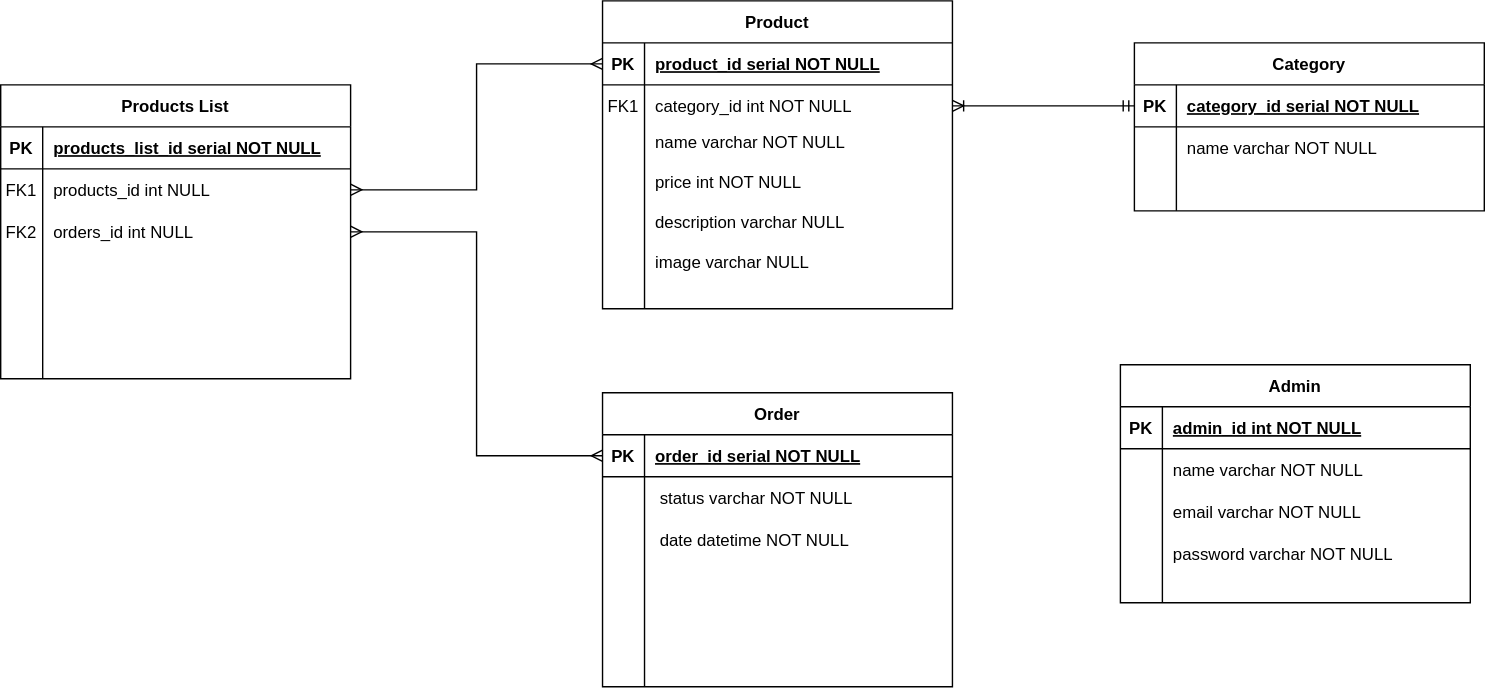
brunocamposal/kitchin-kanri keeps this draw.io diagram as kitchin.svg. Above is the earlier version. Source tidied: cells renumbered, new cells last; positions are measured from the earlier drawing's top-left corner, leaving out a move shared by most shapes.
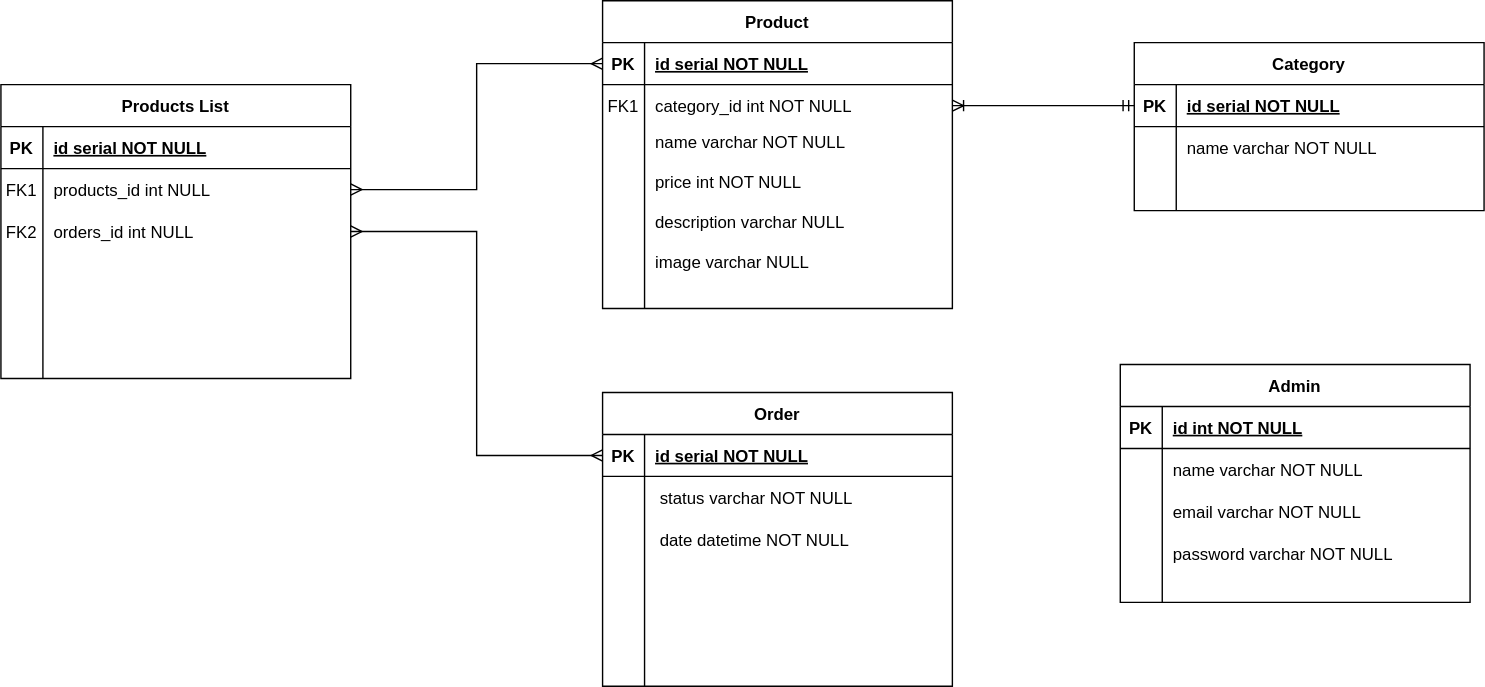
After the commit.

Commit message:
feature/develop: update kitchin.svg

The edit, as a diff of the source:
```diff
@@ -17,7 +17,7 @@
     <mxCell id="6" value="PK" style="shape=partialRectangle;overflow=hidden;fillColor=none;top=0;left=0;bottom=0;right=0;fontStyle=1;" parent="5" vertex="1">
       <mxGeometry width="30" height="30" as="geometry" />
     </mxCell>
-    <mxCell id="7" value="order_id serial NOT NULL " style="shape=partialRectangle;overflow=hidden;fillColor=none;top=0;left=0;bottom=0;right=0;align=left;spacingLeft=6;fontStyle=5;" parent="5" vertex="1">
+    <mxCell id="7" value="id serial NOT NULL " style="shape=partialRectangle;overflow=hidden;fillColor=none;top=0;left=0;bottom=0;right=0;align=left;spacingLeft=6;fontStyle=5;" parent="5" vertex="1">
       <mxGeometry x="30" width="220" height="30" as="geometry" />
     </mxCell>
     <mxCell id="8" style="shape=partialRectangle;fillColor=none;top=0;left=0;right=0;bottom=0;" parent="4" vertex="1">
@@ -56,7 +56,7 @@
     <mxCell id="19" value="PK" style="shape=partialRectangle;overflow=hidden;fillColor=none;top=0;left=0;bottom=0;right=0;fontStyle=1;" parent="18" vertex="1">
       <mxGeometry width="30" height="30" as="geometry" />
     </mxCell>
-    <mxCell id="20" value="product_id serial NOT NULL " style="shape=partialRectangle;overflow=hidden;fillColor=none;top=0;left=0;bottom=0;right=0;align=left;spacingLeft=6;fontStyle=5;" parent="18" vertex="1">
+    <mxCell id="20" value="id serial NOT NULL " style="shape=partialRectangle;overflow=hidden;fillColor=none;top=0;left=0;bottom=0;right=0;align=left;spacingLeft=6;fontStyle=5;" parent="18" vertex="1">
       <mxGeometry x="30" width="220" height="30" as="geometry" />
     </mxCell>
     <mxCell id="21" style="shape=partialRectangle;fillColor=none;points=[[0,0.5],[1,0.5]];portConstraint=eastwest;top=0;left=0;right=0;bottom=0;" parent="17" vertex="1">
@@ -101,7 +101,7 @@
     <mxCell id="34" value="PK" style="shape=partialRectangle;overflow=hidden;fillColor=none;top=0;left=0;bottom=0;right=0;fontStyle=1;" parent="33" vertex="1">
       <mxGeometry width="30" height="30" as="geometry" />
     </mxCell>
-    <mxCell id="35" value="category_id serial NOT NULL" style="shape=partialRectangle;overflow=hidden;fillColor=none;top=0;left=0;bottom=0;right=0;align=left;spacingLeft=6;fontStyle=5;" parent="33" vertex="1">
+    <mxCell id="35" value="id serial NOT NULL" style="shape=partialRectangle;overflow=hidden;fillColor=none;top=0;left=0;bottom=0;right=0;align=left;spacingLeft=6;fontStyle=5;" parent="33" vertex="1">
       <mxGeometry x="30" width="220" height="30" as="geometry" />
     </mxCell>
     <mxCell id="36" style="shape=partialRectangle;fillColor=none;top=0;left=0;right=0;bottom=0;" parent="32" vertex="1">
@@ -137,7 +137,7 @@
     <mxCell id="46" value="PK" style="shape=partialRectangle;overflow=hidden;fillColor=none;top=0;left=0;bottom=0;right=0;fontStyle=1;" parent="45" vertex="1">
       <mxGeometry width="30" height="30" as="geometry" />
     </mxCell>
-    <mxCell id="47" value="products_list_id serial NOT NULL " style="shape=partialRectangle;overflow=hidden;fillColor=none;top=0;left=0;bottom=0;right=0;align=left;spacingLeft=6;fontStyle=5;" parent="45" vertex="1">
+    <mxCell id="47" value="id serial NOT NULL " style="shape=partialRectangle;overflow=hidden;fillColor=none;top=0;left=0;bottom=0;right=0;align=left;spacingLeft=6;fontStyle=5;" parent="45" vertex="1">
       <mxGeometry x="30" width="220" height="30" as="geometry" />
     </mxCell>
     <mxCell id="48" style="shape=partialRectangle;fillColor=none;points=[[0,0.5],[1,0.5]];portConstraint=eastwest;top=0;left=0;right=0;bottom=0;" parent="44" vertex="1">
@@ -179,7 +179,7 @@
     <mxCell id="60" value="PK" style="shape=partialRectangle;overflow=hidden;fillColor=none;top=0;left=0;bottom=0;right=0;fontStyle=1;" parent="59" vertex="1">
       <mxGeometry width="30" height="30" as="geometry" />
     </mxCell>
-    <mxCell id="61" value="admin_id int NOT NULL " style="shape=partialRectangle;overflow=hidden;fillColor=none;top=0;left=0;bottom=0;right=0;align=left;spacingLeft=6;fontStyle=5;" parent="59" vertex="1">
+    <mxCell id="61" value="id int NOT NULL " style="shape=partialRectangle;overflow=hidden;fillColor=none;top=0;left=0;bottom=0;right=0;align=left;spacingLeft=6;fontStyle=5;" parent="59" vertex="1">
       <mxGeometry x="30" width="220" height="30" as="geometry" />
     </mxCell>
     <mxCell id="62" style="shape=partialRectangle;fillColor=none;top=0;left=0;right=0;bottom=0;" parent="58" vertex="1">
```
